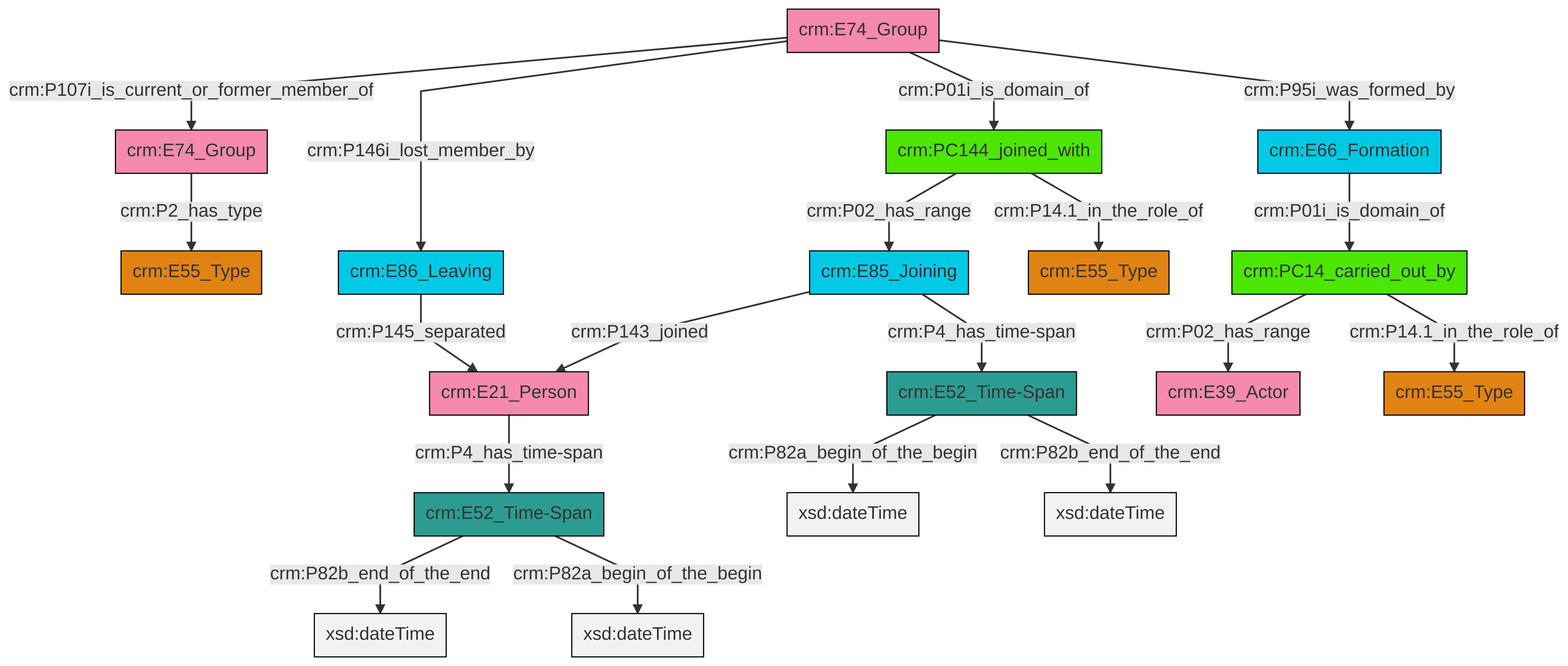
Before: et/groupCSV/ttl/mmd/png/group_actor_relations.png, a diagram exported from Mermaid (swiss-art-research-net/reference-data-models). Its source is kept beside it as et/groupCSV/ttl/mmd/group_actor_relations.ttl.mmd.
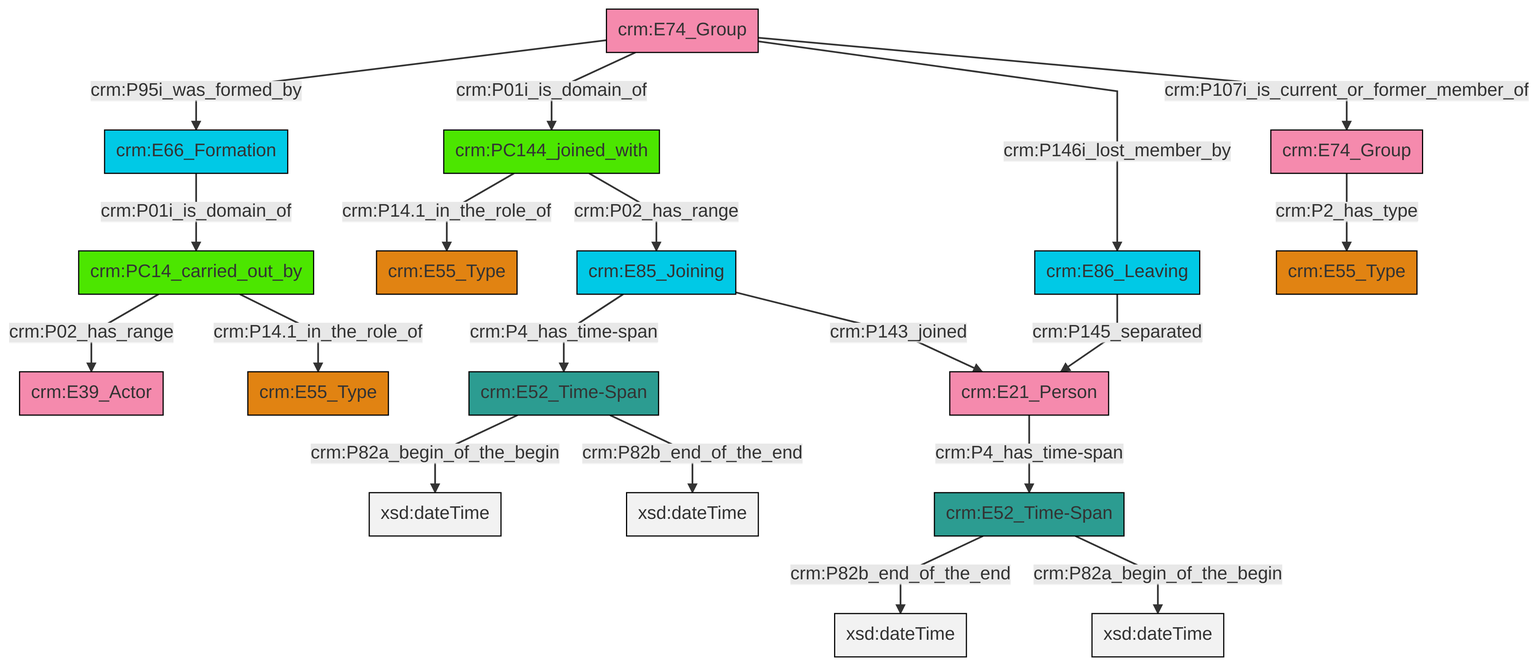
Above is the later version.

What changed in the source:
```diff
@@ -13,21 +13,21 @@
 classDef PC_Classes fill:#4ce600, stroke:#000000;
 classDef Multi fill:#cccccc,stroke:#000000;
 
-0["crm:E74_Group"]:::Actor -->|crm:P01i_is_domain_of| 1["crm:PC144_joined_with"]:::PC_Classes
-0["crm:E74_Group"]:::Actor -->|crm:P146i_lost_member_by| 4["crm:E86_Leaving"]:::Temporal_Entity
-7["crm:E52_Time-Span"]:::Time-Span -->|crm:P82b_end_of_the_end| 8[xsd:dateTime]:::Literal
-11["crm:E74_Group"]:::Actor -->|crm:P2_has_type| 2["crm:E55_Type"]:::Type
-5["crm:E85_Joining"]:::Temporal_Entity -->|crm:P143_joined| 12["crm:E21_Person"]:::Actor
-18["crm:E52_Time-Span"]:::Time-Span -->|crm:P82a_begin_of_the_begin| 19[xsd:dateTime]:::Literal
-9["crm:E66_Formation"]:::Temporal_Entity -->|crm:P01i_is_domain_of| 20["crm:PC14_carried_out_by"]:::PC_Classes
-12["crm:E21_Person"]:::Actor -->|crm:P4_has_time-span| 7["crm:E52_Time-Span"]:::Time-Span
-4["crm:E86_Leaving"]:::Temporal_Entity -->|crm:P145_separated| 12["crm:E21_Person"]:::Actor
-0["crm:E74_Group"]:::Actor -->|crm:P95i_was_formed_by| 9["crm:E66_Formation"]:::Temporal_Entity
-7["crm:E52_Time-Span"]:::Time-Span -->|crm:P82a_begin_of_the_begin| 26[xsd:dateTime]:::Literal
-1["crm:PC144_joined_with"]:::PC_Classes -->|crm:P14.1_in_the_role_of| 14["crm:E55_Type"]:::Type
-5["crm:E85_Joining"]:::Temporal_Entity -->|crm:P4_has_time-span| 18["crm:E52_Time-Span"]:::Time-Span
-20["crm:PC14_carried_out_by"]:::PC_Classes -->|crm:P02_has_range| 21["crm:E39_Actor"]:::Actor
-18["crm:E52_Time-Span"]:::Time-Span -->|crm:P82b_end_of_the_end| 31[xsd:dateTime]:::Literal
-20["crm:PC14_carried_out_by"]:::PC_Classes -->|crm:P14.1_in_the_role_of| 27["crm:E55_Type"]:::Type
-1["crm:PC144_joined_with"]:::PC_Classes -->|crm:P02_has_range| 5["crm:E85_Joining"]:::Temporal_Entity
-0["crm:E74_Group"]:::Actor -->|crm:P107i_is_current_or_former_member_of| 11["crm:E74_Group"]:::Actor
+0["crm:PC144_joined_with"]:::PC_Classes -->|crm:P14.1_in_the_role_of| 1["crm:E55_Type"]:::Type
+2["crm:E85_Joining"]:::Temporal_Entity -->|crm:P4_has_time-span| 3["crm:E52_Time-Span"]:::Time-Span
+4["crm:E52_Time-Span"]:::Time-Span -->|crm:P82b_end_of_the_end| 5[xsd:dateTime]:::Literal
+2["crm:E85_Joining"]:::Temporal_Entity -->|crm:P143_joined| 8["crm:E21_Person"]:::Actor
+11["crm:E66_Formation"]:::Temporal_Entity -->|crm:P01i_is_domain_of| 9["crm:PC14_carried_out_by"]:::PC_Classes
+0["crm:PC144_joined_with"]:::PC_Classes -->|crm:P02_has_range| 2["crm:E85_Joining"]:::Temporal_Entity
+9["crm:PC14_carried_out_by"]:::PC_Classes -->|crm:P02_has_range| 15["crm:E39_Actor"]:::Actor
+3["crm:E52_Time-Span"]:::Time-Span -->|crm:P82a_begin_of_the_begin| 16[xsd:dateTime]:::Literal
+20["crm:E74_Group"]:::Actor -->|crm:P95i_was_formed_by| 11["crm:E66_Formation"]:::Temporal_Entity
+21["crm:E74_Group"]:::Actor -->|crm:P2_has_type| 12["crm:E55_Type"]:::Type
+3["crm:E52_Time-Span"]:::Time-Span -->|crm:P82b_end_of_the_end| 25[xsd:dateTime]:::Literal
+20["crm:E74_Group"]:::Actor -->|crm:P01i_is_domain_of| 0["crm:PC144_joined_with"]:::PC_Classes
+20["crm:E74_Group"]:::Actor -->|crm:P146i_lost_member_by| 26["crm:E86_Leaving"]:::Temporal_Entity
+9["crm:PC14_carried_out_by"]:::PC_Classes -->|crm:P14.1_in_the_role_of| 17["crm:E55_Type"]:::Type
+20["crm:E74_Group"]:::Actor -->|crm:P107i_is_current_or_former_member_of| 21["crm:E74_Group"]:::Actor
+8["crm:E21_Person"]:::Actor -->|crm:P4_has_time-span| 4["crm:E52_Time-Span"]:::Time-Span
+4["crm:E52_Time-Span"]:::Time-Span -->|crm:P82a_begin_of_the_begin| 29[xsd:dateTime]:::Literal
+26["crm:E86_Leaving"]:::Temporal_Entity -->|crm:P145_separated| 8["crm:E21_Person"]:::Actor
```
